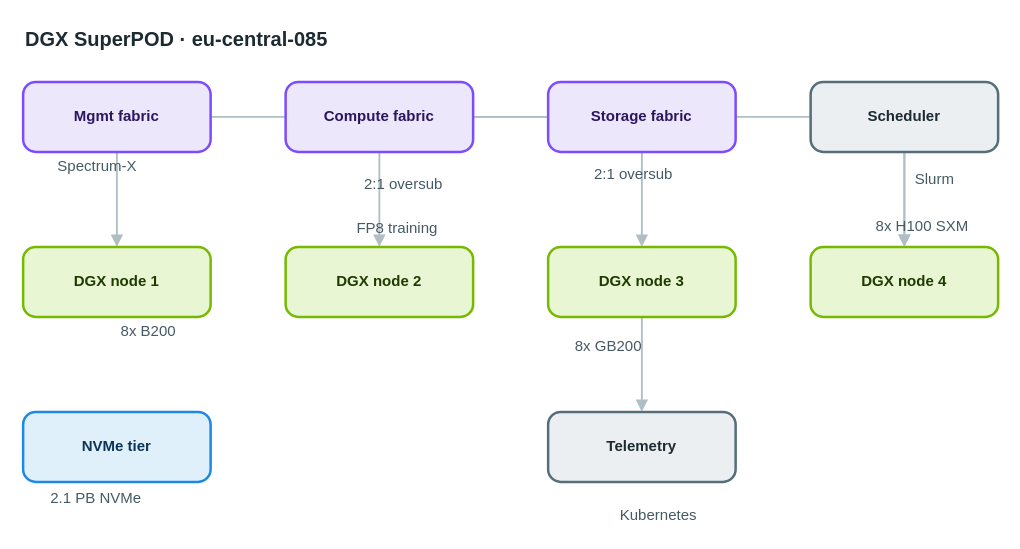
This is apps/web/public/samples/library/085-dgx-superpod.drawio from AryanG01/open-apprentice, a draw.io file, before an edit. Source tidied: cells renumbered, new cells numbered last; positions are measured from the earlier drawing's top-left corner, leaving out a move shared by most shapes. Both pictures are drawn from the tidied source at 125%, with x=0, y=0 at pixel (22, 21).
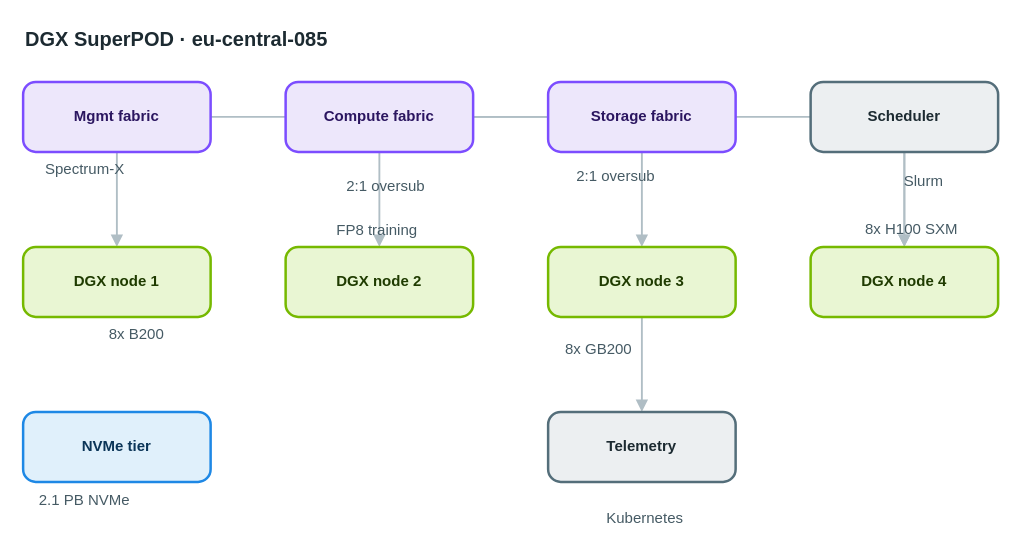
After the change.

Change to the diagram source:
```diff
@@
-    <mxCell id="19" value="Spectrum-X" style="text;html=1;align=center;verticalAlign=middle;whiteSpace=nowrap;strokeColor=none;fillColor=none;fontSize=12;fontColor=#455a64;" parent="1" vertex="1">
+    <mxCell id="19" value="Spectrum-X" style="text;html=1;align=left;verticalAlign=top;whiteSpace=nowrap;spacing=0;spacingTop=0;strokeColor=none;fillColor=none;fontSize=12;fontColor=#455a64;" parent="1" vertex="1">
       <mxGeometry x="18" y="106" width="82" height="20" as="geometry" />
     </mxCell>
-    <mxCell id="20" value="2:1 oversub" style="text;html=1;align=center;verticalAlign=middle;whiteSpace=nowrap;strokeColor=none;fillColor=none;fontSize=12;fontColor=#455a64;" parent="1" vertex="1">
+    <mxCell id="20" value="2:1 oversub" style="text;html=1;align=left;verticalAlign=top;whiteSpace=nowrap;spacing=0;spacingTop=0;strokeColor=none;fillColor=none;fontSize=12;fontColor=#455a64;" parent="1" vertex="1">
       <mxGeometry x="259" y="120" width="89" height="20" as="geometry" />
     </mxCell>
-    <mxCell id="21" value="2:1 oversub" style="text;html=1;align=center;verticalAlign=middle;whiteSpace=nowrap;strokeColor=none;fillColor=none;fontSize=12;fontColor=#455a64;" parent="1" vertex="1">
+    <mxCell id="21" value="2:1 oversub" style="text;html=1;align=left;verticalAlign=top;whiteSpace=nowrap;spacing=0;spacingTop=0;strokeColor=none;fillColor=none;fontSize=12;fontColor=#455a64;" parent="1" vertex="1">
       <mxGeometry x="443" y="112" width="89" height="20" as="geometry" />
     </mxCell>
-    <mxCell id="22" value="8x B200" style="text;html=1;align=center;verticalAlign=middle;whiteSpace=nowrap;strokeColor=none;fillColor=none;fontSize=12;fontColor=#455a64;" parent="1" vertex="1">
+    <mxCell id="22" value="8x B200" style="text;html=1;align=left;verticalAlign=top;whiteSpace=nowrap;spacing=0;spacingTop=0;strokeColor=none;fillColor=none;fontSize=12;fontColor=#455a64;" parent="1" vertex="1">
       <mxGeometry x="69" y="238" width="61" height="20" as="geometry" />
     </mxCell>
-    <mxCell id="23" value="FP8 training" style="text;html=1;align=center;verticalAlign=middle;whiteSpace=nowrap;strokeColor=none;fillColor=none;fontSize=12;fontColor=#455a64;" parent="1" vertex="1">
+    <mxCell id="23" value="FP8 training" style="text;html=1;align=left;verticalAlign=top;whiteSpace=nowrap;spacing=0;spacingTop=0;strokeColor=none;fillColor=none;fontSize=12;fontColor=#455a64;" parent="1" vertex="1">
       <mxGeometry x="251" y="155" width="96" height="20" as="geometry" />
     </mxCell>
-    <mxCell id="24" value="8x GB200" style="text;html=1;align=center;verticalAlign=middle;whiteSpace=nowrap;strokeColor=none;fillColor=none;fontSize=12;fontColor=#455a64;" parent="1" vertex="1">
+    <mxCell id="24" value="8x GB200" style="text;html=1;align=left;verticalAlign=top;whiteSpace=nowrap;spacing=0;spacingTop=0;strokeColor=none;fillColor=none;fontSize=12;fontColor=#455a64;" parent="1" vertex="1">
       <mxGeometry x="434" y="250" width="68" height="20" as="geometry" />
     </mxCell>
-    <mxCell id="25" value="8x H100 SXM" style="text;html=1;align=center;verticalAlign=middle;whiteSpace=nowrap;strokeColor=none;fillColor=none;fontSize=12;fontColor=#455a64;" parent="1" vertex="1">
+    <mxCell id="25" value="8x H100 SXM" style="text;html=1;align=left;verticalAlign=top;whiteSpace=nowrap;spacing=0;spacingTop=0;strokeColor=none;fillColor=none;fontSize=12;fontColor=#455a64;" parent="1" vertex="1">
       <mxGeometry x="674" y="154" width="89" height="20" as="geometry" />
     </mxCell>
-    <mxCell id="26" value="2.1 PB NVMe" style="text;html=1;align=center;verticalAlign=middle;whiteSpace=nowrap;strokeColor=none;fillColor=none;fontSize=12;fontColor=#455a64;" parent="1" vertex="1">
+    <mxCell id="26" value="2.1 PB NVMe" style="text;html=1;align=left;verticalAlign=top;whiteSpace=nowrap;spacing=0;spacingTop=0;strokeColor=none;fillColor=none;fontSize=12;fontColor=#455a64;" parent="1" vertex="1">
       <mxGeometry x="13" y="371" width="89" height="20" as="geometry" />
     </mxCell>
-    <mxCell id="27" value="Slurm" style="text;html=1;align=center;verticalAlign=middle;whiteSpace=nowrap;strokeColor=none;fillColor=none;fontSize=12;fontColor=#455a64;" parent="1" vertex="1">
+    <mxCell id="27" value="Slurm" style="text;html=1;align=left;verticalAlign=top;whiteSpace=nowrap;spacing=0;spacingTop=0;strokeColor=none;fillColor=none;fontSize=12;fontColor=#455a64;" parent="1" vertex="1">
       <mxGeometry x="705" y="116" width="47" height="20" as="geometry" />
     </mxCell>
-    <mxCell id="28" value="Kubernetes" style="text;html=1;align=center;verticalAlign=middle;whiteSpace=nowrap;strokeColor=none;fillColor=none;fontSize=12;fontColor=#455a64;" parent="1" vertex="1">
+    <mxCell id="28" value="Kubernetes" style="text;html=1;align=left;verticalAlign=top;whiteSpace=nowrap;spacing=0;spacingTop=0;strokeColor=none;fillColor=none;fontSize=12;fontColor=#455a64;" parent="1" vertex="1">
       <mxGeometry x="467" y="385" width="82" height="20" as="geometry" />
     </mxCell>
```
